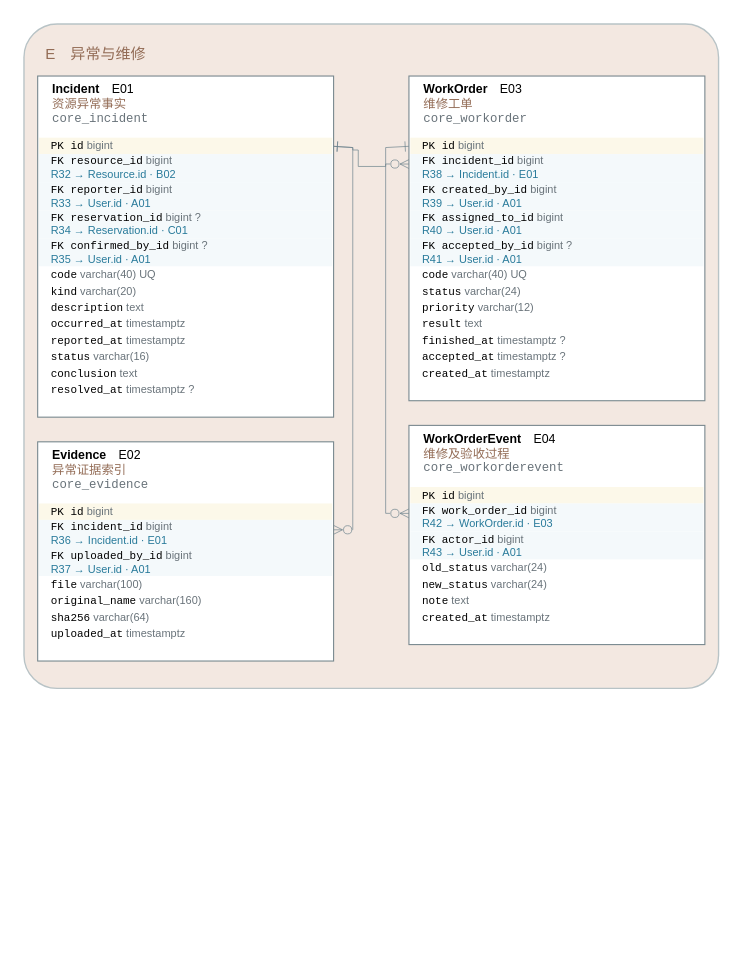
This is models/图形源文件/图D-6-异常与维修ERD.drawio from yvming67-gif/campus-lab-equipment-manager, a draw.io file, before an edit. Source tidied: cells renumbered, new cells numbered last; positions are measured from the earlier drawing's top-left corner, leaving out a move shared by most shapes. Both pictures are drawn from the tidied source at 137%, with x=0, y=0 at pixel (23, 23).
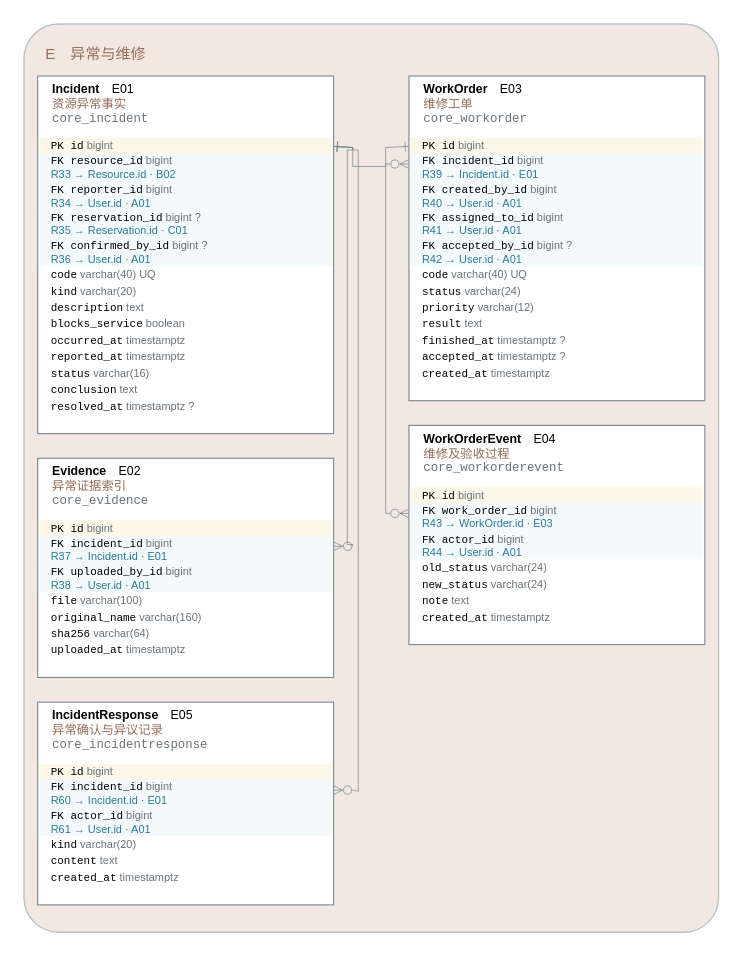
After the change.

Unchanged cells that the change refers to:
```xml
<mxCell id="8" value="&lt;font face='Consolas'&gt;PK id&lt;/font&gt; &lt;font color='#69737a'&gt;bigint&lt;/font&gt;" style="text;html=1;whiteSpace=wrap;fillColor=#fcf8e9;strokeColor=none;align=left;verticalAlign=middle;spacingLeft=7;fontSize=8;fontFamily=Microsoft YaHei;" parent="6" vertex="1">
  <mxGeometry x="1" y="45" width="214" height="12" as="geometry" />
</mxCell>
<mxCell id="30" style="rounded=0;fillColor=#ffffff;strokeColor=#78888e;strokeWidth=0.8;" parent="3" vertex="1">
  <mxGeometry x="281" y="38" width="216" height="237" as="geometry" />
</mxCell>
<mxCell id="44" style="rounded=0;fillColor=#ffffff;strokeColor=#78888e;strokeWidth=0.8;" parent="3" vertex="1">
  <mxGeometry x="281" y="293" width="216" height="160" as="geometry" />
</mxCell>
```

The edit, as a diff of the source:
```diff
@@
     <mxCell id="5" value="E　异常与维修" style="rounded=1;arcSize=5;whiteSpace=wrap;html=1;fillColor=#f3e8e1;strokeColor=#b8c3c6;align=left;verticalAlign=top;spacingTop=9;spacingLeft=14;fontFamily=Microsoft YaHei;fontSize=11;fontColor=#936c56;dashed=0;" parent="1" vertex="1">
-      <mxGeometry width="507" height="485" as="geometry" />
+      <mxGeometry width="507" height="663" as="geometry" />
     </mxCell>
     <mxCell id="6" style="rounded=0;fillColor=#ffffff;strokeColor=#78888e;strokeWidth=0.8;" parent="3" vertex="1">
-      <mxGeometry x="10" y="38" width="216" height="249" as="geometry" />
+      <mxGeometry x="10" y="38" width="216" height="261" as="geometry" />
     </mxCell>
@@
-    <mxCell id="9" value="&lt;font face='Consolas'&gt;FK resource_id&lt;/font&gt; &lt;font color='#69737a'&gt;bigint&lt;/font&gt;&lt;br/&gt;&lt;font color='#287a9a'&gt;R32 → Resource.id · B02&lt;/font&gt;" style="text;html=1;whiteSpace=wrap;fillColor=#f4f9fb;strokeColor=none;align=left;verticalAlign=middle;spacingLeft=7;fontSize=8;fontFamily=Microsoft YaHei;" parent="6" vertex="1">
+    <mxCell id="9" value="&lt;font face='Consolas'&gt;FK resource_id&lt;/font&gt; &lt;font color='#69737a'&gt;bigint&lt;/font&gt;&lt;br/&gt;&lt;font color='#287a9a'&gt;R33 → Resource.id · B02&lt;/font&gt;" style="text;html=1;whiteSpace=wrap;fillColor=#f4f9fb;strokeColor=none;align=left;verticalAlign=middle;spacingLeft=7;fontSize=8;fontFamily=Microsoft YaHei;" parent="6" vertex="1">
       <mxGeometry x="1" y="57" width="214" height="20.5" as="geometry" />
     </mxCell>
-    <mxCell id="10" value="&lt;font face='Consolas'&gt;FK reporter_id&lt;/font&gt; &lt;font color='#69737a'&gt;bigint&lt;/font&gt;&lt;br/&gt;&lt;font color='#287a9a'&gt;R33 → User.id · A01&lt;/font&gt;" style="text;html=1;whiteSpace=wrap;fillColor=#f4f9fb;strokeColor=none;align=left;verticalAlign=middle;spacingLeft=7;fontSize=8;fontFamily=Microsoft YaHei;" parent="6" vertex="1">
+    <mxCell id="10" value="&lt;font face='Consolas'&gt;FK reporter_id&lt;/font&gt; &lt;font color='#69737a'&gt;bigint&lt;/font&gt;&lt;br/&gt;&lt;font color='#287a9a'&gt;R34 → User.id · A01&lt;/font&gt;" style="text;html=1;whiteSpace=wrap;fillColor=#f4f9fb;strokeColor=none;align=left;verticalAlign=middle;spacingLeft=7;fontSize=8;fontFamily=Microsoft YaHei;" parent="6" vertex="1">
       <mxGeometry x="1" y="77.5" width="214" height="20.5" as="geometry" />
     </mxCell>
-    <mxCell id="11" value="&lt;font face='Consolas'&gt;FK reservation_id&lt;/font&gt; &lt;font color='#69737a'&gt;bigint ?&lt;/font&gt;&lt;br/&gt;&lt;font color='#287a9a'&gt;R34 → Reservation.id · C01&lt;/font&gt;" style="text;html=1;whiteSpace=wrap;fillColor=#f4f9fb;strokeColor=none;align=left;verticalAlign=middle;spacingLeft=7;fontSize=8;fontFamily=Microsoft YaHei;" parent="6" vertex="1">
+    <mxCell id="11" value="&lt;font face='Consolas'&gt;FK reservation_id&lt;/font&gt; &lt;font color='#69737a'&gt;bigint ?&lt;/font&gt;&lt;br/&gt;&lt;font color='#287a9a'&gt;R35 → Reservation.id · C01&lt;/font&gt;" style="text;html=1;whiteSpace=wrap;fillColor=#f4f9fb;strokeColor=none;align=left;verticalAlign=middle;spacingLeft=7;fontSize=8;fontFamily=Microsoft YaHei;" parent="6" vertex="1">
       <mxGeometry x="1" y="98" width="214" height="20.5" as="geometry" />
     </mxCell>
-    <mxCell id="12" value="&lt;font face='Consolas'&gt;FK confirmed_by_id&lt;/font&gt; &lt;font color='#69737a'&gt;bigint ?&lt;/font&gt;&lt;br/&gt;&lt;font color='#287a9a'&gt;R35 → User.id · A01&lt;/font&gt;" style="text;html=1;whiteSpace=wrap;fillColor=#f4f9fb;strokeColor=none;align=left;verticalAlign=middle;spacingLeft=7;fontSize=8;fontFamily=Microsoft YaHei;" parent="6" vertex="1">
+    <mxCell id="12" value="&lt;font face='Consolas'&gt;FK confirmed_by_id&lt;/font&gt; &lt;font color='#69737a'&gt;bigint ?&lt;/font&gt;&lt;br/&gt;&lt;font color='#287a9a'&gt;R36 → User.id · A01&lt;/font&gt;" style="text;html=1;whiteSpace=wrap;fillColor=#f4f9fb;strokeColor=none;align=left;verticalAlign=middle;spacingLeft=7;fontSize=8;fontFamily=Microsoft YaHei;" parent="6" vertex="1">
       <mxGeometry x="1" y="118.5" width="214" height="20.5" as="geometry" />
     </mxCell>
@@
+    <mxCell id="56" value="&lt;font face='Consolas'&gt;blocks_service&lt;/font&gt; &lt;font color='#69737a'&gt;boolean&lt;/font&gt;" style="text;html=1;whiteSpace=wrap;fillColor=#ffffff;strokeColor=none;align=left;verticalAlign=middle;spacingLeft=7;fontSize=8;fontFamily=Microsoft YaHei;" parent="6" vertex="1">
+      <mxGeometry x="1" y="175" width="214" height="12" as="geometry" />
+    </mxCell>
     <mxCell id="16" value="&lt;font face='Consolas'&gt;occurred_at&lt;/font&gt; &lt;font color='#69737a'&gt;timestamptz&lt;/font&gt;" style="text;html=1;whiteSpace=wrap;fillColor=#ffffff;strokeColor=none;align=left;verticalAlign=middle;spacingLeft=7;fontSize=8;fontFamily=Microsoft YaHei;" parent="6" vertex="1">
-      <mxGeometry x="1" y="175" width="214" height="12" as="geometry" />
+      <mxGeometry x="1" y="187" width="214" height="12" as="geometry" />
     </mxCell>
     <mxCell id="17" value="&lt;font face='Consolas'&gt;reported_at&lt;/font&gt; &lt;font color='#69737a'&gt;timestamptz&lt;/font&gt;" style="text;html=1;whiteSpace=wrap;fillColor=#ffffff;strokeColor=none;align=left;verticalAlign=middle;spacingLeft=7;fontSize=8;fontFamily=Microsoft YaHei;" parent="6" vertex="1">
-      <mxGeometry x="1" y="187" width="214" height="12" as="geometry" />
+      <mxGeometry x="1" y="199" width="214" height="12" as="geometry" />
     </mxCell>
     <mxCell id="18" value="&lt;font face='Consolas'&gt;status&lt;/font&gt; &lt;font color='#69737a'&gt;varchar(16)&lt;/font&gt;" style="text;html=1;whiteSpace=wrap;fillColor=#ffffff;strokeColor=none;align=left;verticalAlign=middle;spacingLeft=7;fontSize=8;fontFamily=Microsoft YaHei;" parent="6" vertex="1">
-      <mxGeometry x="1" y="199" width="214" height="12" as="geometry" />
+      <mxGeometry x="1" y="211" width="214" height="12" as="geometry" />
     </mxCell>
     <mxCell id="19" value="&lt;font face='Consolas'&gt;conclusion&lt;/font&gt; &lt;font color='#69737a'&gt;text&lt;/font&gt;" style="text;html=1;whiteSpace=wrap;fillColor=#ffffff;strokeColor=none;align=left;verticalAlign=middle;spacingLeft=7;fontSize=8;fontFamily=Microsoft YaHei;" parent="6" vertex="1">
-      <mxGeometry x="1" y="211" width="214" height="12" as="geometry" />
+      <mxGeometry x="1" y="223" width="214" height="12" as="geometry" />
     </mxCell>
     <mxCell id="20" value="&lt;font face='Consolas'&gt;resolved_at&lt;/font&gt; &lt;font color='#69737a'&gt;timestamptz ?&lt;/font&gt;" style="text;html=1;whiteSpace=wrap;fillColor=#ffffff;strokeColor=none;align=left;verticalAlign=middle;spacingLeft=7;fontSize=8;fontFamily=Microsoft YaHei;" parent="6" vertex="1">
-      <mxGeometry x="1" y="223" width="214" height="12" as="geometry" />
+      <mxGeometry x="1" y="235" width="214" height="12" as="geometry" />
     </mxCell>
     <mxCell id="21" style="rounded=0;fillColor=#ffffff;strokeColor=#78888e;strokeWidth=0.8;" parent="3" vertex="1">
-      <mxGeometry x="10" y="305" width="216" height="160" as="geometry" />
+      <mxGeometry x="10" y="317" width="216" height="160" as="geometry" />
     </mxCell>
@@
-    <mxCell id="24" value="&lt;font face='Consolas'&gt;FK incident_id&lt;/font&gt; &lt;font color='#69737a'&gt;bigint&lt;/font&gt;&lt;br/&gt;&lt;font color='#287a9a'&gt;R36 → Incident.id · E01&lt;/font&gt;" style="text;html=1;whiteSpace=wrap;fillColor=#f4f9fb;strokeColor=none;align=left;verticalAlign=middle;spacingLeft=7;fontSize=8;fontFamily=Microsoft YaHei;" parent="21" vertex="1">
+    <mxCell id="24" value="&lt;font face='Consolas'&gt;FK incident_id&lt;/font&gt; &lt;font color='#69737a'&gt;bigint&lt;/font&gt;&lt;br/&gt;&lt;font color='#287a9a'&gt;R37 → Incident.id · E01&lt;/font&gt;" style="text;html=1;whiteSpace=wrap;fillColor=#f4f9fb;strokeColor=none;align=left;verticalAlign=middle;spacingLeft=7;fontSize=8;fontFamily=Microsoft YaHei;" parent="21" vertex="1">
       <mxGeometry x="1" y="57" width="214" height="20.5" as="geometry" />
     </mxCell>
-    <mxCell id="25" value="&lt;font face='Consolas'&gt;FK uploaded_by_id&lt;/font&gt; &lt;font color='#69737a'&gt;bigint&lt;/font&gt;&lt;br/&gt;&lt;font color='#287a9a'&gt;R37 → User.id · A01&lt;/font&gt;" style="text;html=1;whiteSpace=wrap;fillColor=#f4f9fb;strokeColor=none;align=left;verticalAlign=middle;spacingLeft=7;fontSize=8;fontFamily=Microsoft YaHei;" parent="21" vertex="1">
+    <mxCell id="25" value="&lt;font face='Consolas'&gt;FK uploaded_by_id&lt;/font&gt; &lt;font color='#69737a'&gt;bigint&lt;/font&gt;&lt;br/&gt;&lt;font color='#287a9a'&gt;R38 → User.id · A01&lt;/font&gt;" style="text;html=1;whiteSpace=wrap;fillColor=#f4f9fb;strokeColor=none;align=left;verticalAlign=middle;spacingLeft=7;fontSize=8;fontFamily=Microsoft YaHei;" parent="21" vertex="1">
       <mxGeometry x="1" y="77.5" width="214" height="20.5" as="geometry" />
     </mxCell>
@@
+    <mxCell id="57" style="rounded=0;fillColor=#ffffff;strokeColor=#78888e;strokeWidth=0.8;" parent="3" vertex="1">
+      <mxGeometry x="10" y="495" width="216" height="148" as="geometry" />
+    </mxCell>
+    <mxCell id="58" value="&lt;b&gt;IncidentResponse&lt;/b&gt;　E05&lt;br/&gt;&lt;font color='#936c56'&gt;异常确认与异议记录&lt;/font&gt;&lt;br/&gt;&lt;font color='#69737a' face='Consolas'&gt;core_incidentresponse&lt;/font&gt;" style="text;html=1;whiteSpace=wrap;fillColor=none;strokeColor=none;align=left;verticalAlign=middle;spacingLeft=9;fontSize=9;fontFamily=Microsoft YaHei;" parent="57" vertex="1">
+      <mxGeometry width="216" height="41" as="geometry" />
+    </mxCell>
+    <mxCell id="59" value="&lt;font face='Consolas'&gt;PK id&lt;/font&gt; &lt;font color='#69737a'&gt;bigint&lt;/font&gt;" style="text;html=1;whiteSpace=wrap;fillColor=#fcf8e9;strokeColor=none;align=left;verticalAlign=middle;spacingLeft=7;fontSize=8;fontFamily=Microsoft YaHei;" parent="57" vertex="1">
+      <mxGeometry x="1" y="45" width="214" height="12" as="geometry" />
+    </mxCell>
+    <mxCell id="60" value="&lt;font face='Consolas'&gt;FK incident_id&lt;/font&gt; &lt;font color='#69737a'&gt;bigint&lt;/font&gt;&lt;br/&gt;&lt;font color='#287a9a'&gt;R60 → Incident.id · E01&lt;/font&gt;" style="text;html=1;whiteSpace=wrap;fillColor=#f4f9fb;strokeColor=none;align=left;verticalAlign=middle;spacingLeft=7;fontSize=8;fontFamily=Microsoft YaHei;" parent="57" vertex="1">
+      <mxGeometry x="1" y="57" width="214" height="20.5" as="geometry" />
+    </mxCell>
+    <mxCell id="61" value="&lt;font face='Consolas'&gt;FK actor_id&lt;/font&gt; &lt;font color='#69737a'&gt;bigint&lt;/font&gt;&lt;br/&gt;&lt;font color='#287a9a'&gt;R61 → User.id · A01&lt;/font&gt;" style="text;html=1;whiteSpace=wrap;fillColor=#f4f9fb;strokeColor=none;align=left;verticalAlign=middle;spacingLeft=7;fontSize=8;fontFamily=Microsoft YaHei;" parent="57" vertex="1">
+      <mxGeometry x="1" y="77.5" width="214" height="20.5" as="geometry" />
+    </mxCell>
+    <mxCell id="62" value="&lt;font face='Consolas'&gt;kind&lt;/font&gt; &lt;font color='#69737a'&gt;varchar(20)&lt;/font&gt;" style="text;html=1;whiteSpace=wrap;fillColor=#ffffff;strokeColor=none;align=left;verticalAlign=middle;spacingLeft=7;fontSize=8;fontFamily=Microsoft YaHei;" parent="57" vertex="1">
+      <mxGeometry x="1" y="98" width="214" height="12" as="geometry" />
+    </mxCell>
+    <mxCell id="63" value="&lt;font face='Consolas'&gt;content&lt;/font&gt; &lt;font color='#69737a'&gt;text&lt;/font&gt;" style="text;html=1;whiteSpace=wrap;fillColor=#ffffff;strokeColor=none;align=left;verticalAlign=middle;spacingLeft=7;fontSize=8;fontFamily=Microsoft YaHei;" parent="57" vertex="1">
+      <mxGeometry x="1" y="110" width="214" height="12" as="geometry" />
+    </mxCell>
+    <mxCell id="64" value="&lt;font face='Consolas'&gt;created_at&lt;/font&gt; &lt;font color='#69737a'&gt;timestamptz&lt;/font&gt;" style="text;html=1;whiteSpace=wrap;fillColor=#ffffff;strokeColor=none;align=left;verticalAlign=middle;spacingLeft=7;fontSize=8;fontFamily=Microsoft YaHei;" parent="57" vertex="1">
+      <mxGeometry x="1" y="122" width="214" height="12" as="geometry" />
+    </mxCell>
@@
-    <mxCell id="33" value="&lt;font face='Consolas'&gt;FK incident_id&lt;/font&gt; &lt;font color='#69737a'&gt;bigint&lt;/font&gt;&lt;br/&gt;&lt;font color='#287a9a'&gt;R38 → Incident.id · E01&lt;/font&gt;" style="text;html=1;whiteSpace=wrap;fillColor=#f4f9fb;strokeColor=none;align=left;verticalAlign=middle;spacingLeft=7;fontSize=8;fontFamily=Microsoft YaHei;" parent="30" vertex="1">
+    <mxCell id="33" value="&lt;font face='Consolas'&gt;FK incident_id&lt;/font&gt; &lt;font color='#69737a'&gt;bigint&lt;/font&gt;&lt;br/&gt;&lt;font color='#287a9a'&gt;R39 → Incident.id · E01&lt;/font&gt;" style="text;html=1;whiteSpace=wrap;fillColor=#f4f9fb;strokeColor=none;align=left;verticalAlign=middle;spacingLeft=7;fontSize=8;fontFamily=Microsoft YaHei;" parent="30" vertex="1">
       <mxGeometry x="1" y="57" width="214" height="20.5" as="geometry" />
     </mxCell>
-    <mxCell id="34" value="&lt;font face='Consolas'&gt;FK created_by_id&lt;/font&gt; &lt;font color='#69737a'&gt;bigint&lt;/font&gt;&lt;br/&gt;&lt;font color='#287a9a'&gt;R39 → User.id · A01&lt;/font&gt;" style="text;html=1;whiteSpace=wrap;fillColor=#f4f9fb;strokeColor=none;align=left;verticalAlign=middle;spacingLeft=7;fontSize=8;fontFamily=Microsoft YaHei;" parent="30" vertex="1">
+    <mxCell id="34" value="&lt;font face='Consolas'&gt;FK created_by_id&lt;/font&gt; &lt;font color='#69737a'&gt;bigint&lt;/font&gt;&lt;br/&gt;&lt;font color='#287a9a'&gt;R40 → User.id · A01&lt;/font&gt;" style="text;html=1;whiteSpace=wrap;fillColor=#f4f9fb;strokeColor=none;align=left;verticalAlign=middle;spacingLeft=7;fontSize=8;fontFamily=Microsoft YaHei;" parent="30" vertex="1">
       <mxGeometry x="1" y="77.5" width="214" height="20.5" as="geometry" />
     </mxCell>
-    <mxCell id="35" value="&lt;font face='Consolas'&gt;FK assigned_to_id&lt;/font&gt; &lt;font color='#69737a'&gt;bigint&lt;/font&gt;&lt;br/&gt;&lt;font color='#287a9a'&gt;R40 → User.id · A01&lt;/font&gt;" style="text;html=1;whiteSpace=wrap;fillColor=#f4f9fb;strokeColor=none;align=left;verticalAlign=middle;spacingLeft=7;fontSize=8;fontFamily=Microsoft YaHei;" parent="30" vertex="1">
+    <mxCell id="35" value="&lt;font face='Consolas'&gt;FK assigned_to_id&lt;/font&gt; &lt;font color='#69737a'&gt;bigint&lt;/font&gt;&lt;br/&gt;&lt;font color='#287a9a'&gt;R41 → User.id · A01&lt;/font&gt;" style="text;html=1;whiteSpace=wrap;fillColor=#f4f9fb;strokeColor=none;align=left;verticalAlign=middle;spacingLeft=7;fontSize=8;fontFamily=Microsoft YaHei;" parent="30" vertex="1">
       <mxGeometry x="1" y="98" width="214" height="20.5" as="geometry" />
     </mxCell>
-    <mxCell id="36" value="&lt;font face='Consolas'&gt;FK accepted_by_id&lt;/font&gt; &lt;font color='#69737a'&gt;bigint ?&lt;/font&gt;&lt;br/&gt;&lt;font color='#287a9a'&gt;R41 → User.id · A01&lt;/font&gt;" style="text;html=1;whiteSpace=wrap;fillColor=#f4f9fb;strokeColor=none;align=left;verticalAlign=middle;spacingLeft=7;fontSize=8;fontFamily=Microsoft YaHei;" parent="30" vertex="1">
+    <mxCell id="36" value="&lt;font face='Consolas'&gt;FK accepted_by_id&lt;/font&gt; &lt;font color='#69737a'&gt;bigint ?&lt;/font&gt;&lt;br/&gt;&lt;font color='#287a9a'&gt;R42 → User.id · A01&lt;/font&gt;" style="text;html=1;whiteSpace=wrap;fillColor=#f4f9fb;strokeColor=none;align=left;verticalAlign=middle;spacingLeft=7;fontSize=8;fontFamily=Microsoft YaHei;" parent="30" vertex="1">
       <mxGeometry x="1" y="118.5" width="214" height="20.5" as="geometry" />
     </mxCell>
@@
-    <mxCell id="47" value="&lt;font face='Consolas'&gt;FK work_order_id&lt;/font&gt; &lt;font color='#69737a'&gt;bigint&lt;/font&gt;&lt;br/&gt;&lt;font color='#287a9a'&gt;R42 → WorkOrder.id · E03&lt;/font&gt;" style="text;html=1;whiteSpace=wrap;fillColor=#f4f9fb;strokeColor=none;align=left;verticalAlign=middle;spacingLeft=7;fontSize=8;fontFamily=Microsoft YaHei;" parent="44" vertex="1">
+    <mxCell id="47" value="&lt;font face='Consolas'&gt;FK work_order_id&lt;/font&gt; &lt;font color='#69737a'&gt;bigint&lt;/font&gt;&lt;br/&gt;&lt;font color='#287a9a'&gt;R43 → WorkOrder.id · E03&lt;/font&gt;" style="text;html=1;whiteSpace=wrap;fillColor=#f4f9fb;strokeColor=none;align=left;verticalAlign=middle;spacingLeft=7;fontSize=8;fontFamily=Microsoft YaHei;" parent="44" vertex="1">
       <mxGeometry x="1" y="57" width="214" height="20.5" as="geometry" />
     </mxCell>
-    <mxCell id="48" value="&lt;font face='Consolas'&gt;FK actor_id&lt;/font&gt; &lt;font color='#69737a'&gt;bigint&lt;/font&gt;&lt;br/&gt;&lt;font color='#287a9a'&gt;R43 → User.id · A01&lt;/font&gt;" style="text;html=1;whiteSpace=wrap;fillColor=#f4f9fb;strokeColor=none;align=left;verticalAlign=middle;spacingLeft=7;fontSize=8;fontFamily=Microsoft YaHei;" parent="44" vertex="1">
+    <mxCell id="48" value="&lt;font face='Consolas'&gt;FK actor_id&lt;/font&gt; &lt;font color='#69737a'&gt;bigint&lt;/font&gt;&lt;br/&gt;&lt;font color='#287a9a'&gt;R44 → User.id · A01&lt;/font&gt;" style="text;html=1;whiteSpace=wrap;fillColor=#f4f9fb;strokeColor=none;align=left;verticalAlign=middle;spacingLeft=7;fontSize=8;fontFamily=Microsoft YaHei;" parent="44" vertex="1">
       <mxGeometry x="1" y="77.5" width="214" height="20.5" as="geometry" />
     </mxCell>
@@
+    <mxCell id="55" style="edgeStyle=orthogonalEdgeStyle;rounded=0;html=1;strokeWidth=0.5;strokeColor=#6b818c;startArrow=ERzeroToMany;endArrow=ERone;startFill=0;endFill=0;exitX=0;exitY=0.3531707317073171;exitDx=0;exitDy=0;entryX=1;entryY=0.52;entryDx=0;entryDy=0;dashed=0;" parent="2" edge="1" source="33" target="8">
+      <mxGeometry relative="1" as="geometry">
+        <Array as="points">
+          <mxPoint x="264" y="102.2" />
+          <mxPoint x="264" y="104" />
+          <mxPoint x="240" y="104" />
+          <mxPoint x="240" y="90.2" />
+        </Array>
+      </mxGeometry>
+    </mxCell>
     <mxCell id="54" style="edgeStyle=orthogonalEdgeStyle;rounded=0;html=1;strokeWidth=0.5;strokeColor=#6b818c;startArrow=ERzeroToMany;endArrow=ERone;startFill=0;endFill=0;exitX=1;exitY=0.3531707317073171;exitDx=0;exitDy=0;entryX=1;entryY=0.52;entryDx=0;entryDy=0;dashed=0;" parent="2" edge="1" source="24" target="8">
       <mxGeometry relative="1" as="geometry">
         <Array as="points">
-          <mxPoint x="240" y="369.2" />
+          <mxPoint x="240" y="381.2" />
+          <mxPoint x="240" y="380" />
+          <mxPoint x="236" y="380" />
+          <mxPoint x="236" y="92" />
+          <mxPoint x="240" y="92" />
           <mxPoint x="240" y="90.2" />
         </Array>
       </mxGeometry>
     </mxCell>
-    <mxCell id="55" style="edgeStyle=orthogonalEdgeStyle;rounded=0;html=1;strokeWidth=0.5;strokeColor=#6b818c;startArrow=ERzeroToMany;endArrow=ERone;startFill=0;endFill=0;exitX=0;exitY=0.3531707317073171;exitDx=0;exitDy=0;entryX=1;entryY=0.52;entryDx=0;entryDy=0;dashed=0;" parent="2" edge="1" source="33" target="8">
-      <mxGeometry relative="1" as="geometry">
-        <Array as="points">
-          <mxPoint x="264" y="102.2" />
-          <mxPoint x="264" y="104" />
-          <mxPoint x="244" y="104" />
-          <mxPoint x="244" y="92" />
-          <mxPoint x="240" y="92" />
-          <mxPoint x="240" y="90.2" />
-        </Array>
-      </mxGeometry>
-    </mxCell>
+    <mxCell id="65" style="edgeStyle=orthogonalEdgeStyle;rounded=0;html=1;strokeWidth=0.5;strokeColor=#6b818c;startArrow=ERzeroToMany;endArrow=ERone;startFill=0;endFill=0;exitX=1;exitY=0.3531707317073171;exitDx=0;exitDy=0;entryX=1;entryY=0.52;entryDx=0;entryDy=0;dashed=0;" parent="2" edge="1" source="60" target="8">
+      <mxGeometry relative="1" as="geometry">
+        <Array as="points">
+          <mxPoint x="240" y="559.2" />
+          <mxPoint x="240" y="560" />
+          <mxPoint x="244" y="560" />
+          <mxPoint x="244" y="92" />
+          <mxPoint x="240" y="92" />
+          <mxPoint x="240" y="90.2" />
+        </Array>
+      </mxGeometry>
+    </mxCell>
```
